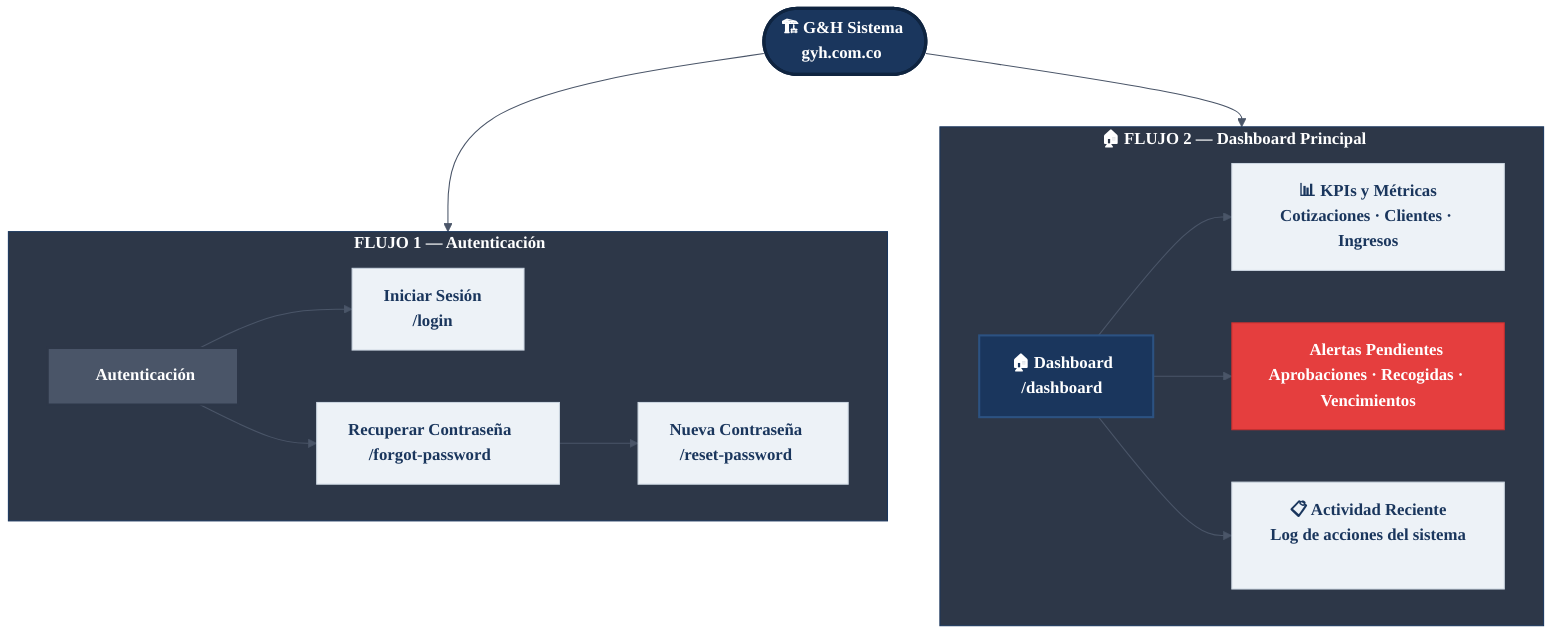
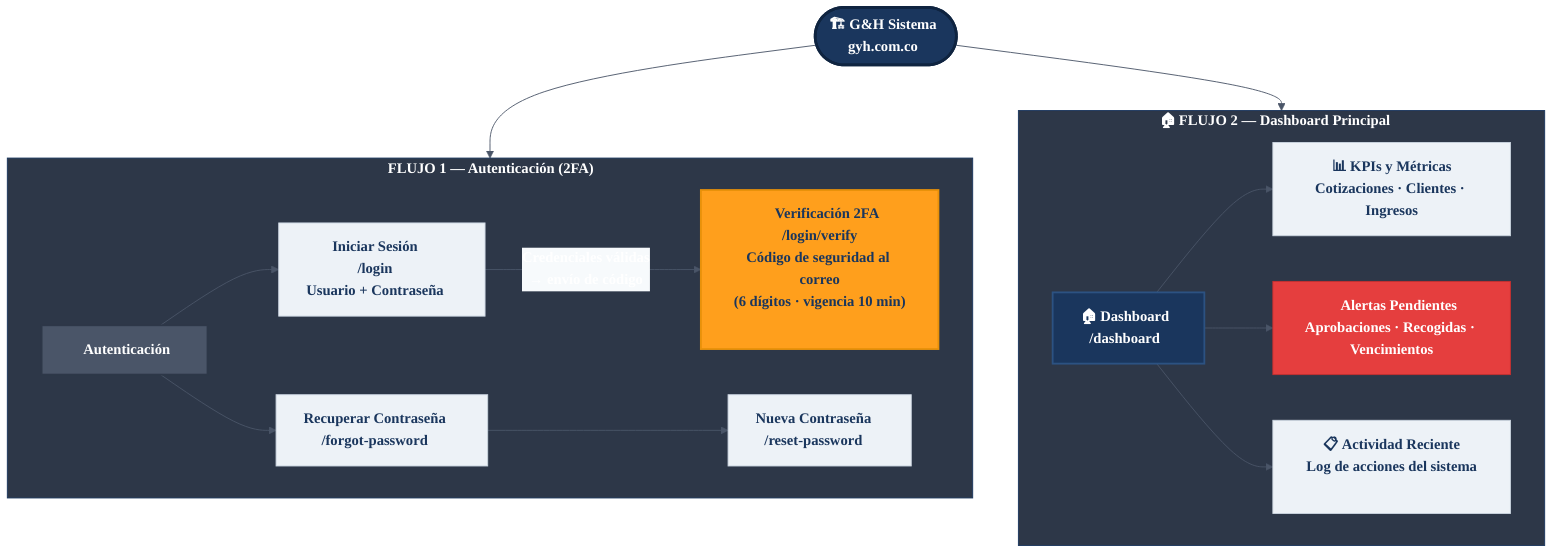
%%{init: {
  'theme': 'base',
  'themeVariables': {
    'primaryColor': '#1A365D',
    'primaryTextColor': '#FFFFFF',
    'primaryBorderColor': '#1A365D',
    'lineColor': '#4A5568',
    'secondaryColor': '#EDF2F7',
    'clusterBkg': '#2D3748',
    'clusterBorder': '#1A365D',
    'titleColor': '#FFFFFF',
    'edgeLabelBackground': '#F7FAFC',
    'fontFamily': 'Montserrat, sans-serif'
  }
}}%%

flowchart TD
    classDef root    fill:#1A365D,color:#FFFFFF,stroke:#0F2440,stroke-width:3px,font-weight:bold
    classDef modulo  fill:#1A365D,color:#FFFFFF,stroke:#2C5282,stroke-width:2px,font-weight:bold
    classDef pagina  fill:#EDF2F7,color:#1A365D,stroke:#CBD5E0,stroke-width:1px
    classDef cta     fill:#FF9F1C,color:#1A365D,stroke:#E8910A,stroke-width:2px,font-weight:bold
    classDef alerta  fill:#E53E3E,color:#FFFFFF,stroke:#C53030,stroke-width:1px
    classDef auth    fill:#4A5568,color:#FFFFFF,stroke:#2D3748,stroke-width:2px

    ROOT(["🏗️ G&H Sistema\ngyh.com.co"]):::root

    %% ── AUTH
-     subgraph S_AUTH["🔐 FLUJO 1 — Autenticación"]
+     subgraph S_AUTH["🔐 FLUJO 1 — Autenticación (2FA)"]
        AUTH["🔐 Autenticación"]:::auth
-         LOGIN["Iniciar Sesión\n/login"]:::pagina
+         LOGIN["Iniciar Sesión\n/login\nUsuario + Contraseña"]:::pagina
+         TWOFA["📧 Verificación 2FA\n/login/verify\nCódigo de seguridad al correo\n(6 dígitos · vigencia 10 min)"]:::cta
        FORGOT["Recuperar Contraseña\n/forgot-password"]:::pagina
        RESET["Nueva Contraseña\n/reset-password"]:::pagina
        AUTH --> LOGIN & FORGOT
+         LOGIN -->|"Credenciales válidas\n→ envío de código"| TWOFA
        FORGOT --> RESET
    end

    %% ── DASHBOARD
    subgraph S_DASH["🏠 FLUJO 2 — Dashboard Principal"]
        DASH["🏠 Dashboard\n/dashboard"]:::modulo
        DASH_KPI["📊 KPIs y Métricas\nCotizaciones · Clientes · Ingresos"]:::pagina
        DASH_ALERTS["🔔 Alertas Pendientes\nAprobaciones · Recogidas · Vencimientos"]:::alerta
        DASH_ACT["📋 Actividad Reciente\nLog de acciones del sistema"]:::pagina
        DASH --> DASH_KPI & DASH_ALERTS & DASH_ACT
    end

    ROOT --> S_AUTH
    ROOT --> S_DASH
